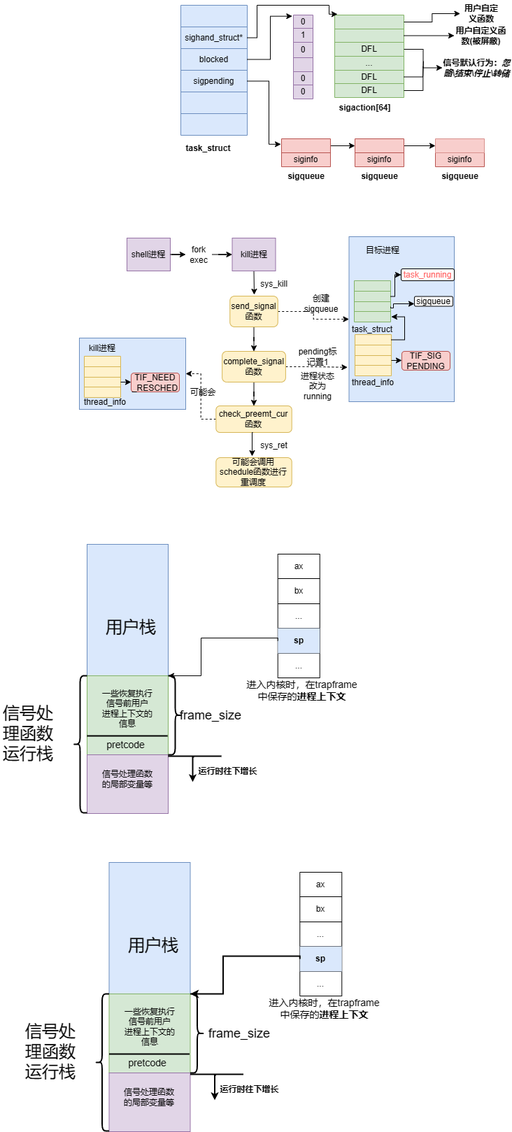
SixPlusAndTimes/drawio keeps this draw.io diagram as OS/linux内核源代码情景分析/第六章/信号.drawio.png. Above is the earlier version. Source tidied: cells renumbered, new cells last; positions are measured from the earlier drawing's top-left corner, leaving out a move shared by most shapes.
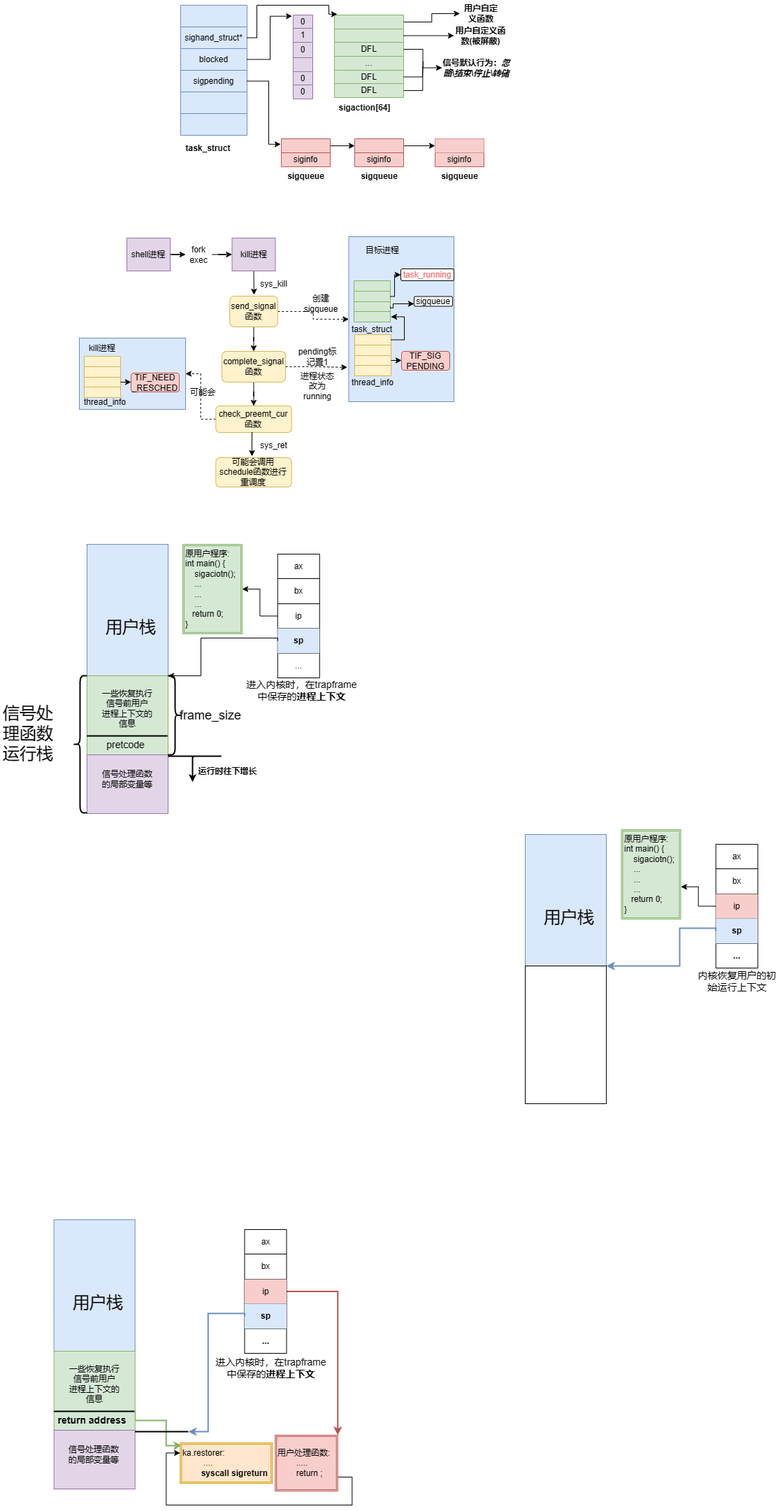
After the commit.

What changed in the source:
```diff
@@ -488,7 +488,7 @@
     <mxCell id="148" style="shape=tableRow;horizontal=0;startSize=0;swimlaneHead=0;swimlaneBody=0;strokeColor=inherit;top=0;left=0;bottom=0;right=0;fillColor=none;points=[[0,0.5],[1,0.5]];portConstraint=eastwest;" parent="143" vertex="1">
       <mxGeometry y="71" width="60" height="35" as="geometry" />
     </mxCell>
-    <mxCell id="149" value="..." style="shape=partialRectangle;html=1;whiteSpace=wrap;strokeColor=inherit;overflow=hidden;fillColor=none;top=0;left=0;bottom=0;right=0;" parent="148" vertex="1">
+    <mxCell id="149" value="ip" style="shape=partialRectangle;html=1;whiteSpace=wrap;strokeColor=inherit;overflow=hidden;fillColor=none;top=0;left=0;bottom=0;right=0;" parent="148" vertex="1">
       <mxGeometry width="60" height="35" as="geometry" />
     </mxCell>
     <mxCell id="150" style="shape=tableRow;horizontal=0;startSize=0;swimlaneHead=0;swimlaneBody=0;strokeColor=inherit;top=0;left=0;bottom=0;right=0;fillColor=none;points=[[0,0.5],[1,0.5]];portConstraint=eastwest;" parent="143" vertex="1">
@@ -551,19 +551,16 @@
       <mxGeometry x="104" y="962" width="20" height="196" as="geometry" />
     </mxCell>
     <mxCell id="167" style="rounded=0;whiteSpace=wrap;html=1;fillColor=#dae8fc;strokeColor=#6c8ebf;" parent="1" vertex="1">
-      <mxGeometry x="155.5" y="1229" width="116" height="188" as="geometry" />
+      <mxGeometry x="751" y="1189" width="116" height="188" as="geometry" />
     </mxCell>
-    <mxCell id="168" style="rounded=0;whiteSpace=wrap;html=1;fillColor=#d5e8d4;strokeColor=#82b366;" parent="1" vertex="1">
-      <mxGeometry x="155.5" y="1417" width="116" height="113" as="geometry" />
+    <mxCell id="168" style="rounded=0;whiteSpace=wrap;html=1;" parent="1" vertex="1">
+      <mxGeometry x="751" y="1377" width="116" height="197" as="geometry" />
     </mxCell>
-    <mxCell id="169" style="rounded=0;whiteSpace=wrap;html=1;fillColor=#e1d5e7;strokeColor=#9673a6;" parent="1" vertex="1">
-      <mxGeometry x="155.5" y="1530" width="116" height="84" as="geometry" />
-    </mxCell>
     <mxCell id="170" value="&lt;font style=&quot;font-size: 24px;&quot;&gt;用户栈&lt;/font&gt;" style="text;html=1;strokeColor=none;fillColor=none;align=center;verticalAlign=middle;whiteSpace=wrap;rounded=0;" parent="1" vertex="1">
-      <mxGeometry x="178.5" y="1333" width="80" height="30" as="geometry" />
+      <mxGeometry x="774" y="1293" width="80" height="30" as="geometry" />
     </mxCell>
     <mxCell id="171" style="shape=table;startSize=0;" parent="1" vertex="1">
-      <mxGeometry x="428.2" y="1243" width="60" height="177" as="geometry" />
+      <mxGeometry x="1023.8" y="1203" width="60" height="177" as="geometry" />
     </mxCell>
     <mxCell id="172" style="shape=tableRow;horizontal=0;startSize=0;swimlaneHead=0;swimlaneBody=0;strokeColor=inherit;top=0;left=0;bottom=0;right=0;fillColor=none;" parent="171" vertex="1">
       <mxGeometry width="60" height="35" as="geometry" />
@@ -580,7 +577,7 @@
     <mxCell id="176" style="shape=tableRow;horizontal=0;startSize=0;swimlaneHead=0;swimlaneBody=0;strokeColor=inherit;top=0;left=0;bottom=0;right=0;fillColor=none;points=[[0,0.5],[1,0.5]];portConstraint=eastwest;" parent="171" vertex="1">
       <mxGeometry y="71" width="60" height="35" as="geometry" />
     </mxCell>
-    <mxCell id="177" value="..." style="shape=partialRectangle;html=1;whiteSpace=wrap;strokeColor=inherit;overflow=hidden;fillColor=none;top=0;left=0;bottom=0;right=0;" parent="176" vertex="1">
+    <mxCell id="177" value="ip" style="shape=partialRectangle;html=1;whiteSpace=wrap;strokeColor=#b85450;overflow=hidden;fillColor=#f8cecc;top=0;left=0;bottom=0;right=0;" parent="176" vertex="1">
       <mxGeometry width="60" height="35" as="geometry" />
     </mxCell>
     <mxCell id="178" style="shape=tableRow;horizontal=0;startSize=0;swimlaneHead=0;swimlaneBody=0;strokeColor=inherit;top=0;left=0;bottom=0;right=0;fillColor=none;points=[[0,0.5],[1,0.5]];portConstraint=eastwest;" parent="171" vertex="1">
@@ -592,55 +589,133 @@
     <mxCell id="180" style="shape=tableRow;horizontal=0;startSize=0;swimlaneHead=0;swimlaneBody=0;strokeColor=inherit;top=0;left=0;bottom=0;right=0;fillColor=none;" parent="171" vertex="1">
       <mxGeometry y="142" width="60" height="35" as="geometry" />
     </mxCell>
-    <mxCell id="181" value="..." style="shape=partialRectangle;html=1;whiteSpace=wrap;strokeColor=inherit;overflow=hidden;fillColor=none;top=0;left=0;bottom=0;right=0;" parent="180" vertex="1">
+    <mxCell id="181" value="&lt;b&gt;...&lt;/b&gt;" style="shape=partialRectangle;html=1;whiteSpace=wrap;strokeColor=inherit;overflow=hidden;fillColor=none;top=0;left=0;bottom=0;right=0;" parent="180" vertex="1">
       <mxGeometry width="60" height="35" as="geometry" />
     </mxCell>
-    <mxCell id="182" value="&lt;font style=&quot;font-size: 14px;&quot;&gt;进入内核时，在trapframe中保存的&lt;b&gt;进程上下文&lt;/b&gt;&lt;/font&gt;" style="text;html=1;strokeColor=none;fillColor=none;align=center;verticalAlign=middle;whiteSpace=wrap;rounded=0;" parent="1" vertex="1">
-      <mxGeometry x="377.5" y="1423" width="171" height="30" as="geometry" />
+    <mxCell id="182" value="&lt;span style=&quot;font-size: 14px;&quot;&gt;内核恢复用户的初始运行上下文&lt;/span&gt;" style="text;html=1;strokeColor=none;fillColor=none;align=center;verticalAlign=middle;whiteSpace=wrap;rounded=0;" parent="1" vertex="1">
+      <mxGeometry x="992.5" y="1384" width="122.5" height="30" as="geometry" />
     </mxCell>
-    <mxCell id="183" style="edgeStyle=orthogonalEdgeStyle;rounded=0;jettySize=auto;html=1;exitX=0;exitY=0.5;exitDx=0;exitDy=0;entryX=1;entryY=0;entryDx=0;entryDy=0;jumpSize=6;endSize=6;strokeWidth=2;" parent="1" edge="1" source="178" target="168">
+    <mxCell id="183" style="edgeStyle=orthogonalEdgeStyle;rounded=0;jettySize=auto;html=1;exitX=0;exitY=0.5;exitDx=0;exitDy=0;jumpSize=6;endSize=6;strokeWidth=2;fillColor=#dae8fc;strokeColor=#6c8ebf;entryX=1;entryY=1;entryDx=0;entryDy=0;" parent="1" edge="1" source="178" target="167">
       <mxGeometry relative="1" as="geometry">
         <Array as="points">
-          <mxPoint x="318.5" y="1363" />
-          <mxPoint x="318.5" y="1417" />
+          <mxPoint x="1024" y="1323" />
+          <mxPoint x="972" y="1323" />
+          <mxPoint x="972" y="1377" />
         </Array>
       </mxGeometry>
     </mxCell>
-    <mxCell id="184" style="shape=curlyBracket;whiteSpace=wrap;html=1;rounded=1;flipH=1;labelPosition=right;verticalLabelPosition=middle;align=left;verticalAlign=middle;strokeWidth=2;" parent="1" vertex="1">
-      <mxGeometry x="271.5" y="1417" width="20" height="113" as="geometry" />
-    </mxCell>
-    <mxCell id="185" value="&lt;font style=&quot;font-size: 18px;&quot;&gt;frame_size&lt;/font&gt;" style="text;html=1;strokeColor=none;fillColor=none;align=center;verticalAlign=middle;whiteSpace=wrap;rounded=0;" parent="1" vertex="1">
-      <mxGeometry x="311" y="1458.5" width="62" height="30" as="geometry" />
-    </mxCell>
-    <mxCell id="186" value="&lt;font style=&quot;font-size: 24px;&quot;&gt;信号处理函数运行栈&lt;/font&gt;" style="text;html=1;strokeColor=none;fillColor=none;align=center;verticalAlign=middle;whiteSpace=wrap;rounded=0;" parent="1" vertex="1">
-      <mxGeometry x="31.5" y="1485" width="80" height="30" as="geometry" />
-    </mxCell>
-    <mxCell id="187" style="line;strokeWidth=2;html=1;" parent="1" vertex="1">
-      <mxGeometry x="271.5" y="1527" width="76" height="10" as="geometry" />
-    </mxCell>
-    <mxCell id="188" style="edgeStyle=segmentEdgeStyle;endArrow=classic;html=1;curved=0;rounded=0;endSize=5;startSize=8;strokeWidth=2;" parent="1" edge="1">
-      <mxGeometry relative="1" as="geometry">
-        <mxPoint x="308.5" y="1533" as="sourcePoint" />
-        <mxPoint x="306.5" y="1569" as="targetPoint" />
-      </mxGeometry>
-    </mxCell>
-    <mxCell id="189" value="&lt;font style=&quot;font-size: 12px;&quot;&gt;运行时往下增长&lt;/font&gt;" style="text;strokeColor=none;fillColor=none;html=1;fontSize=24;fontStyle=1;verticalAlign=middle;align=center;" parent="1" vertex="1">
-      <mxGeometry x="320.5" y="1537" width="71" height="26" as="geometry" />
-    </mxCell>
+    <mxCell id="195" style="rounded=0;whiteSpace=wrap;html=1;fillColor=#dae8fc;strokeColor=#6c8ebf;" parent="1" vertex="1">
+      <mxGeometry x="76.8" y="1740" width="116" height="188" as="geometry" />
+    </mxCell>
+    <mxCell id="196" style="edgeStyle=orthogonalEdgeStyle;rounded=0;jettySize=auto;html=1;exitX=1;exitY=0.75;exitDx=0;exitDy=0;entryX=0.019;entryY=0.063;entryDx=0;entryDy=0;entryPerimeter=0;fillColor=#d5e8d4;strokeColor=#82b366;strokeWidth=2;" parent="1" edge="1" source="197" target="219">
+      <mxGeometry relative="1" as="geometry">
+        <Array as="points">
+          <mxPoint x="193.2" y="2027" />
+          <mxPoint x="237.2" y="2027" />
+          <mxPoint x="237.2" y="2063" />
+          <mxPoint x="248.2" y="2063" />
+        </Array>
+      </mxGeometry>
+    </mxCell>
+    <mxCell id="197" style="rounded=0;whiteSpace=wrap;html=1;fillColor=#d5e8d4;strokeColor=#82b366;" parent="1" vertex="1">
+      <mxGeometry x="76.8" y="1928" width="116" height="113" as="geometry" />
+    </mxCell>
+    <mxCell id="198" style="rounded=0;whiteSpace=wrap;html=1;fillColor=#e1d5e7;strokeColor=#9673a6;" parent="1" vertex="1">
+      <mxGeometry x="76.8" y="2041" width="116" height="84" as="geometry" />
+    </mxCell>
+    <mxCell id="199" value="&lt;font style=&quot;font-size: 24px;&quot;&gt;用户栈&lt;/font&gt;" style="text;html=1;strokeColor=none;fillColor=none;align=center;verticalAlign=middle;whiteSpace=wrap;rounded=0;" parent="1" vertex="1">
+      <mxGeometry x="99.8" y="1844" width="80" height="30" as="geometry" />
+    </mxCell>
+    <mxCell id="200" style="edgeStyle=orthogonalEdgeStyle;rounded=0;jettySize=auto;html=1;exitX=1;exitY=0.5;exitDx=0;exitDy=0;entryX=1;entryY=0;entryDx=0;entryDy=0;strokeWidth=2;fillColor=#f8cecc;strokeColor=#b85450;" parent="1" edge="1" source="201" target="218">
+      <mxGeometry relative="1" as="geometry" />
+    </mxCell>
+    <mxCell id="201" style="shape=table;startSize=0;" parent="1" vertex="1">
+      <mxGeometry x="349.5" y="1754" width="60" height="177" as="geometry" />
+    </mxCell>
+    <mxCell id="202" style="shape=tableRow;horizontal=0;startSize=0;swimlaneHead=0;swimlaneBody=0;strokeColor=inherit;top=0;left=0;bottom=0;right=0;fillColor=none;" parent="201" vertex="1">
+      <mxGeometry width="60" height="35" as="geometry" />
+    </mxCell>
+    <mxCell id="203" value="ax" style="shape=partialRectangle;html=1;whiteSpace=wrap;strokeColor=inherit;overflow=hidden;fillColor=none;top=0;left=0;bottom=0;right=0;" parent="202" vertex="1">
+      <mxGeometry width="60" height="35" as="geometry" />
+    </mxCell>
+    <mxCell id="204" style="shape=tableRow;horizontal=0;startSize=0;swimlaneHead=0;swimlaneBody=0;strokeColor=inherit;top=0;left=0;bottom=0;right=0;fillColor=none;" parent="201" vertex="1">
+      <mxGeometry y="35" width="60" height="36" as="geometry" />
+    </mxCell>
+    <mxCell id="205" value="bx" style="shape=partialRectangle;html=1;whiteSpace=wrap;strokeColor=inherit;overflow=hidden;fillColor=none;top=0;left=0;bottom=0;right=0;" parent="204" vertex="1">
+      <mxGeometry width="60" height="36" as="geometry" />
+    </mxCell>
+    <mxCell id="206" style="shape=tableRow;horizontal=0;startSize=0;swimlaneHead=0;swimlaneBody=0;strokeColor=inherit;top=0;left=0;bottom=0;right=0;fillColor=none;" parent="201" vertex="1">
+      <mxGeometry y="71" width="60" height="35" as="geometry" />
+    </mxCell>
+    <mxCell id="207" value="ip" style="shape=partialRectangle;html=1;whiteSpace=wrap;strokeColor=#b85450;overflow=hidden;fillColor=#f8cecc;top=0;left=0;bottom=0;right=0;" parent="206" vertex="1">
+      <mxGeometry width="60" height="35" as="geometry" />
+    </mxCell>
+    <mxCell id="208" style="shape=tableRow;horizontal=0;startSize=0;swimlaneHead=0;swimlaneBody=0;strokeColor=inherit;top=0;left=0;bottom=0;right=0;fillColor=none;points=[[0,0.5],[1,0.5]];portConstraint=eastwest;" parent="201" vertex="1">
+      <mxGeometry y="106" width="60" height="36" as="geometry" />
+    </mxCell>
+    <mxCell id="209" value="&lt;b&gt;sp&lt;/b&gt;" style="shape=partialRectangle;html=1;whiteSpace=wrap;strokeColor=#6c8ebf;overflow=hidden;fillColor=#dae8fc;top=0;left=0;bottom=0;right=0;" parent="208" vertex="1">
+      <mxGeometry width="60" height="36" as="geometry" />
+    </mxCell>
+    <mxCell id="210" style="shape=tableRow;horizontal=0;startSize=0;swimlaneHead=0;swimlaneBody=0;strokeColor=inherit;top=0;left=0;bottom=0;right=0;fillColor=none;" parent="201" vertex="1">
+      <mxGeometry y="142" width="60" height="35" as="geometry" />
+    </mxCell>
+    <mxCell id="211" value="&lt;b&gt;...&lt;/b&gt;" style="shape=partialRectangle;html=1;whiteSpace=wrap;strokeColor=inherit;overflow=hidden;fillColor=none;top=0;left=0;bottom=0;right=0;" parent="210" vertex="1">
+      <mxGeometry width="60" height="35" as="geometry" />
+    </mxCell>
+    <mxCell id="212" value="&lt;font style=&quot;font-size: 14px;&quot;&gt;进入内核时，在trapframe中保存的&lt;b&gt;进程上下文&lt;/b&gt;&lt;/font&gt;" style="text;html=1;strokeColor=none;fillColor=none;align=center;verticalAlign=middle;whiteSpace=wrap;rounded=0;" parent="1" vertex="1">
+      <mxGeometry x="302.2" y="1937" width="171" height="30" as="geometry" />
+    </mxCell>
+    <mxCell id="213" style="edgeStyle=orthogonalEdgeStyle;rounded=0;jettySize=auto;html=1;exitX=0;exitY=0.5;exitDx=0;exitDy=0;entryX=1;entryY=0.5;entryDx=0;entryDy=0;jumpSize=6;endSize=6;strokeWidth=2;entryPerimeter=0;fillColor=#dae8fc;strokeColor=#6c8ebf;" parent="1" edge="1" source="208" target="214">
+      <mxGeometry relative="1" as="geometry">
+        <Array as="points">
+          <mxPoint x="349.2" y="1874" />
+          <mxPoint x="297.2" y="1874" />
+          <mxPoint x="297.2" y="2043" />
+        </Array>
+      </mxGeometry>
+    </mxCell>
+    <mxCell id="214" style="line;strokeWidth=2;html=1;" parent="1" vertex="1">
+      <mxGeometry x="192.8" y="2038" width="76" height="10" as="geometry" />
+    </mxCell>
     <mxCell id="190" value="&lt;font style=&quot;font-size: 12px;&quot;&gt;信号处理函数的局部变量等&lt;/font&gt;" style="text;html=1;strokeColor=none;fillColor=none;align=center;verticalAlign=middle;whiteSpace=wrap;rounded=0;" parent="1" vertex="1">
-      <mxGeometry x="173" y="1550" width="80" height="30" as="geometry" />
+      <mxGeometry x="94.2" y="2061" width="80" height="30" as="geometry" />
     </mxCell>
-    <mxCell id="191" style="line;strokeWidth=2;html=1;" parent="1" vertex="1">
-      <mxGeometry x="155.5" y="1498" width="115" height="10" as="geometry" />
-    </mxCell>
-    <mxCell id="192" value="&lt;span style=&quot;font-weight: normal;&quot;&gt;&lt;font style=&quot;font-size: 14px;&quot;&gt;pretcode&lt;/font&gt;&lt;/span&gt;" style="text;strokeColor=none;fillColor=none;html=1;fontSize=24;fontStyle=1;verticalAlign=middle;align=center;" parent="1" vertex="1">
-      <mxGeometry x="181.5" y="1501" width="57" height="23" as="geometry" />
-    </mxCell>
+    <mxCell id="215" style="line;strokeWidth=2;html=1;" parent="1" vertex="1">
+      <mxGeometry x="76.8" y="2009" width="115" height="10" as="geometry" />
+    </mxCell>
+    <mxCell id="216" value="&lt;font style=&quot;font-size: 14px;&quot;&gt;return address&lt;/font&gt;" style="text;strokeColor=none;fillColor=none;html=1;fontSize=24;fontStyle=1;verticalAlign=middle;align=center;" parent="1" vertex="1">
+      <mxGeometry x="102.8" y="2012" width="57" height="23" as="geometry" />
+    </mxCell>
     <mxCell id="193" value="一些恢复执行信号前用户&lt;br style=&quot;border-color: var(--border-color);&quot;&gt;&lt;span style=&quot;&quot;&gt;进程上下文的信息&lt;/span&gt;" style="text;html=1;strokeColor=none;fillColor=none;align=center;verticalAlign=middle;whiteSpace=wrap;rounded=0;" parent="1" vertex="1">
-      <mxGeometry x="174.5" y="1449" width="78" height="30" as="geometry" />
+      <mxGeometry x="95.8" y="1960" width="78" height="30" as="geometry" />
     </mxCell>
-    <mxCell id="194" style="shape=curlyBracket;whiteSpace=wrap;html=1;rounded=1;labelPosition=left;verticalLabelPosition=middle;align=right;verticalAlign=middle;strokeWidth=2;" parent="1" vertex="1">
-      <mxGeometry x="135.5" y="1417" width="20" height="196" as="geometry" />
-    </mxCell>
+    <mxCell id="217" style="edgeStyle=orthogonalEdgeStyle;rounded=0;jettySize=auto;html=1;exitX=1;exitY=0.75;exitDx=0;exitDy=0;entryX=0;entryY=0.25;entryDx=0;entryDy=0;" parent="1" edge="1" source="218" target="219">
+      <mxGeometry relative="1" as="geometry">
+        <Array as="points">
+          <mxPoint x="503.2" y="2108" />
+          <mxPoint x="503.2" y="2148" />
+          <mxPoint x="237.2" y="2148" />
+          <mxPoint x="237.2" y="2073" />
+        </Array>
+      </mxGeometry>
+    </mxCell>
+    <mxCell id="218" value="用户处理函数:&lt;br&gt;&lt;span style=&quot;white-space: pre;&quot;&gt;&#9;&lt;/span&gt;.....&lt;br&gt;&lt;span style=&quot;white-space: pre;&quot;&gt;&#9;&lt;/span&gt;return ;" style="shape=ext;double=1;rounded=0;whiteSpace=wrap;html=1;fillColor=#f8cecc;strokeColor=#b85450;align=left;" parent="1" vertex="1">
+      <mxGeometry x="393.2" y="2048" width="89.5" height="80" as="geometry" />
+    </mxCell>
+    <mxCell id="219" value="ka.restorer:&lt;br&gt;&amp;nbsp; &amp;nbsp; &amp;nbsp; &amp;nbsp; &amp;nbsp;....&lt;br&gt;&lt;span style=&quot;white-space: pre;&quot;&gt;&#9;&lt;/span&gt;&lt;b&gt;syscall sigreturn&lt;/b&gt;" style="shape=ext;double=1;rounded=0;whiteSpace=wrap;html=1;fillColor=#ffe6cc;strokeColor=#d79b00;align=left;" parent="1" vertex="1">
+      <mxGeometry x="257.2" y="2059" width="132" height="58" as="geometry" />
+    </mxCell>
+    <mxCell id="220" value="原用户程序:&lt;br&gt;int main() {&lt;br&gt;&amp;nbsp; &amp;nbsp; sigaciotn();&lt;br&gt;&amp;nbsp; &amp;nbsp; ...&lt;br&gt;&amp;nbsp; &amp;nbsp; ...&lt;br&gt;&amp;nbsp; &amp;nbsp; ...&lt;br&gt;&amp;nbsp; &amp;nbsp;return 0;&lt;br&gt;}" style="shape=ext;double=1;rounded=0;whiteSpace=wrap;html=1;fillColor=#d5e8d4;strokeColor=#82b366;align=left;" parent="1" vertex="1">
+      <mxGeometry x="261" y="774" width="85" height="128" as="geometry" />
+    </mxCell>
+    <mxCell id="221" style="edgeStyle=orthogonalEdgeStyle;rounded=0;jettySize=auto;html=1;exitX=0;exitY=0.5;exitDx=0;exitDy=0;entryX=1;entryY=0.5;entryDx=0;entryDy=0;" parent="1" edge="1" source="148" target="220">
+      <mxGeometry relative="1" as="geometry" />
+    </mxCell>
+    <mxCell id="222" value="原用户程序:&lt;br&gt;int main() {&lt;br&gt;&amp;nbsp; &amp;nbsp; sigaciotn();&lt;br&gt;&amp;nbsp; &amp;nbsp; ...&lt;br&gt;&amp;nbsp; &amp;nbsp; ...&lt;br&gt;&amp;nbsp; &amp;nbsp; ...&lt;br&gt;&amp;nbsp; &amp;nbsp;return 0;&lt;br&gt;}" style="shape=ext;double=1;rounded=0;whiteSpace=wrap;html=1;fillColor=#d5e8d4;strokeColor=#82b366;align=left;" parent="1" vertex="1">
+      <mxGeometry x="888.5" y="1182" width="85" height="128" as="geometry" />
+    </mxCell>
+    <mxCell id="223" style="edgeStyle=orthogonalEdgeStyle;rounded=0;jettySize=auto;html=1;exitX=0;exitY=0.5;exitDx=0;exitDy=0;entryX=1.003;entryY=0.639;entryDx=0;entryDy=0;entryPerimeter=0;" parent="1" edge="1" source="176" target="222">
+      <mxGeometry relative="1" as="geometry" />
+    </mxCell>
   </root>
 </mxGraphModel>
```
